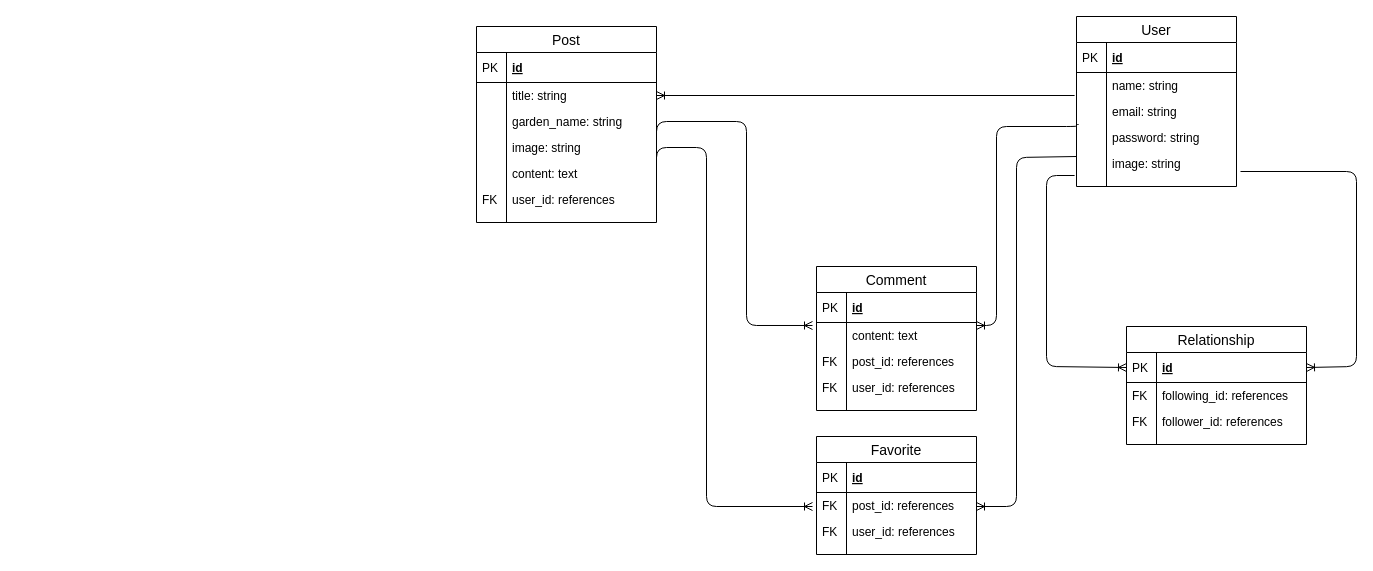
Before: niwaai.drawio in TakashiAoki5816/niwaai, a draw.io diagram. Source tidied: cells renumbered, new cells numbered last; positions are measured from the earlier drawing's top-left corner, leaving out a move shared by most shapes. Both pictures are drawn from the tidied source at 100%, with x=0, y=0 at pixel (476, 16).
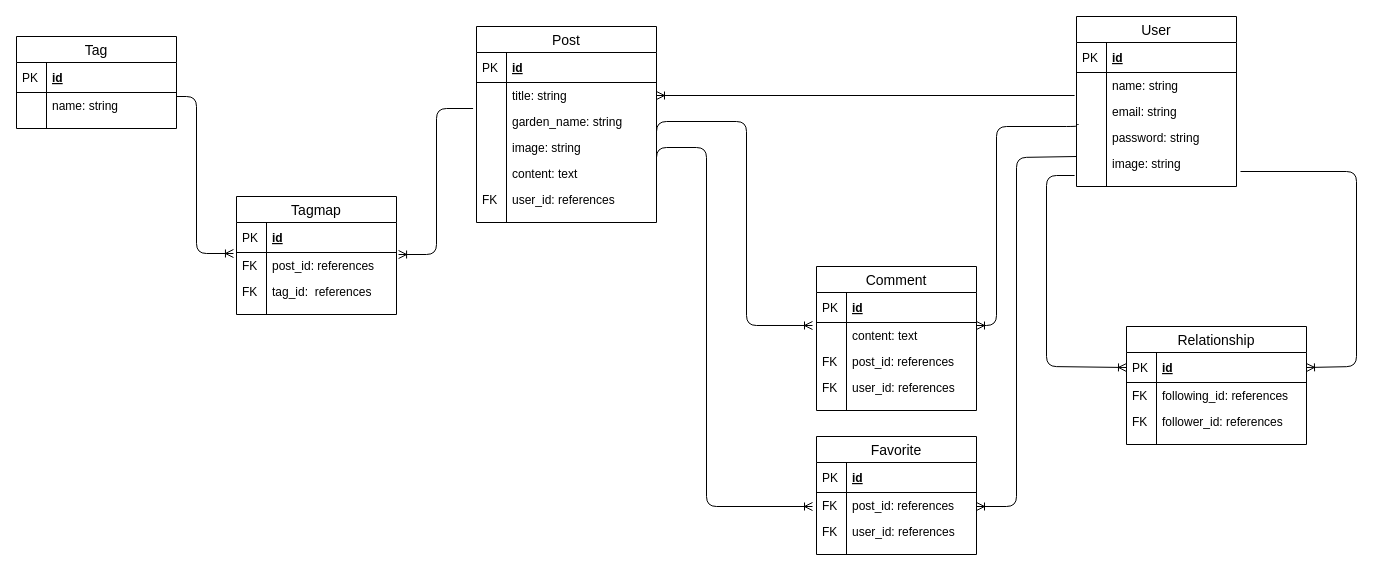
The same page after the edit.

Unchanged cells that the change refers to:
```xml
<mxCell id="54" value="title: string" style="shape=partialRectangle;top=0;left=0;right=0;bottom=0;align=left;verticalAlign=top;fillColor=none;spacingLeft=34;spacingRight=4;overflow=hidden;points=[[0,0.5],[1,0.5]];portConstraint=eastwest;fontSize=12;" parent="51" vertex="1">
  <mxGeometry y="56" width="180" height="26" as="geometry" />
</mxCell>
```

Diff of the diagram source:
```diff
@@
+    <mxCell id="66" style="fontSize=12;html=1;endArrow=ERoneToMany;entryX=-0.019;entryY=0.038;entryDx=0;entryDy=0;entryPerimeter=0;edgeStyle=orthogonalEdgeStyle;" parent="1" edge="1" target="78">
+      <mxGeometry relative="1" as="geometry">
+        <mxPoint x="-300" y="80" as="sourcePoint" />
+        <Array as="points">
+          <mxPoint x="-280" y="80" />
+          <mxPoint x="-280" y="237" />
+        </Array>
+      </mxGeometry>
+    </mxCell>
+    <mxCell id="67" style="fontSize=12;html=1;endArrow=ERoneToMany;edgeStyle=orthogonalEdgeStyle;exitX=-0.019;exitY=1;exitDx=0;exitDy=0;exitPerimeter=0;entryX=1.013;entryY=0.077;entryDx=0;entryDy=0;entryPerimeter=0;" parent="1" edge="1" source="54" target="78">
+      <mxGeometry relative="1" as="geometry">
+        <Array as="points">
+          <mxPoint x="-40" y="92" />
+          <mxPoint x="-40" y="238" />
+        </Array>
+      </mxGeometry>
+    </mxCell>
@@
+    <mxCell id="68" value="Tag" style="swimlane;fontStyle=0;horizontal=1;startSize=26;align=center;fontSize=14;" parent="1" vertex="1">
+      <mxGeometry x="-460" y="20" width="160" height="92" as="geometry" />
+    </mxCell>
+    <mxCell id="69" value="id" style="shape=partialRectangle;top=0;left=0;right=0;bottom=1;align=left;verticalAlign=middle;fillColor=none;spacingLeft=34;spacingRight=4;overflow=hidden;fontStyle=5;fontSize=12;" parent="68" vertex="1">
+      <mxGeometry y="26" width="160" height="30" as="geometry" />
+    </mxCell>
+    <mxCell id="70" value="PK" style="shape=partialRectangle;top=0;left=0;bottom=0;fillColor=none;align=left;verticalAlign=middle;spacingLeft=4;spacingRight=4;overflow=hidden;fontSize=12;" parent="69" vertex="1">
+      <mxGeometry width="30" height="30" as="geometry" />
+    </mxCell>
+    <mxCell id="71" value="name: string" style="shape=partialRectangle;top=0;left=0;right=0;bottom=0;align=left;verticalAlign=top;fillColor=none;spacingLeft=34;spacingRight=4;overflow=hidden;fontSize=12;" parent="68" vertex="1">
+      <mxGeometry y="56" width="160" height="26" as="geometry" />
+    </mxCell>
+    <mxCell id="72" style="shape=partialRectangle;top=0;left=0;bottom=0;fillColor=none;align=left;verticalAlign=top;spacingLeft=4;spacingRight=4;overflow=hidden;fontSize=12;" parent="71" vertex="1">
+      <mxGeometry width="30" height="26" as="geometry" />
+    </mxCell>
+    <mxCell id="73" style="shape=partialRectangle;top=0;left=0;right=0;bottom=0;align=left;verticalAlign=top;fillColor=none;spacingLeft=34;spacingRight=4;overflow=hidden;fontSize=12;" parent="68" vertex="1">
+      <mxGeometry y="82" width="160" height="10" as="geometry" />
+    </mxCell>
+    <mxCell id="74" style="shape=partialRectangle;top=0;left=0;bottom=0;fillColor=none;align=left;verticalAlign=top;spacingLeft=4;spacingRight=4;overflow=hidden;fontSize=12;" parent="73" vertex="1">
+      <mxGeometry width="30" height="10" as="geometry" />
+    </mxCell>
+    <mxCell id="75" value="Tagmap" style="swimlane;fontStyle=0;horizontal=1;startSize=26;align=center;fontSize=14;" parent="1" vertex="1">
+      <mxGeometry x="-240" y="180" width="160" height="118" as="geometry" />
+    </mxCell>
+    <mxCell id="76" value="id" style="shape=partialRectangle;top=0;left=0;right=0;bottom=1;align=left;verticalAlign=middle;fillColor=none;spacingLeft=34;spacingRight=4;overflow=hidden;fontStyle=5;fontSize=12;" parent="75" vertex="1">
+      <mxGeometry y="26" width="160" height="30" as="geometry" />
+    </mxCell>
+    <mxCell id="77" value="PK" style="shape=partialRectangle;top=0;left=0;bottom=0;fillColor=none;align=left;verticalAlign=middle;spacingLeft=4;spacingRight=4;overflow=hidden;fontSize=12;" parent="76" vertex="1">
+      <mxGeometry width="30" height="30" as="geometry" />
+    </mxCell>
+    <mxCell id="78" value="post_id: references" style="shape=partialRectangle;top=0;left=0;right=0;bottom=0;align=left;verticalAlign=top;fillColor=none;spacingLeft=34;spacingRight=4;overflow=hidden;points=[[0,0.5],[1,0.5]];portConstraint=eastwest;fontSize=12;" parent="75" vertex="1">
+      <mxGeometry y="56" width="160" height="26" as="geometry" />
+    </mxCell>
+    <mxCell id="79" value="FK" style="shape=partialRectangle;top=0;left=0;bottom=0;fillColor=none;align=left;verticalAlign=top;spacingLeft=4;spacingRight=4;overflow=hidden;fontSize=12;" parent="78" vertex="1">
+      <mxGeometry width="30" height="26" as="geometry" />
+    </mxCell>
+    <mxCell id="80" value="tag_id:  references" style="shape=partialRectangle;top=0;left=0;right=0;bottom=0;align=left;verticalAlign=top;fillColor=none;spacingLeft=34;spacingRight=4;overflow=hidden;fontSize=12;" parent="75" vertex="1">
+      <mxGeometry y="82" width="160" height="26" as="geometry" />
+    </mxCell>
+    <mxCell id="81" value="FK" style="shape=partialRectangle;top=0;left=0;bottom=0;fillColor=none;align=left;verticalAlign=top;spacingLeft=4;spacingRight=4;overflow=hidden;fontSize=12;" parent="80" vertex="1">
+      <mxGeometry width="30" height="26" as="geometry" />
+    </mxCell>
+    <mxCell id="82" style="shape=partialRectangle;top=0;left=0;right=0;bottom=0;align=left;verticalAlign=top;fillColor=none;spacingLeft=34;spacingRight=4;overflow=hidden;fontSize=12;" parent="75" vertex="1">
+      <mxGeometry y="108" width="160" height="10" as="geometry" />
+    </mxCell>
+    <mxCell id="83" style="shape=partialRectangle;top=0;left=0;bottom=0;fillColor=none;align=left;verticalAlign=top;spacingLeft=4;spacingRight=4;overflow=hidden;fontSize=12;" parent="82" vertex="1">
+      <mxGeometry width="30" height="10" as="geometry" />
+    </mxCell>
```
